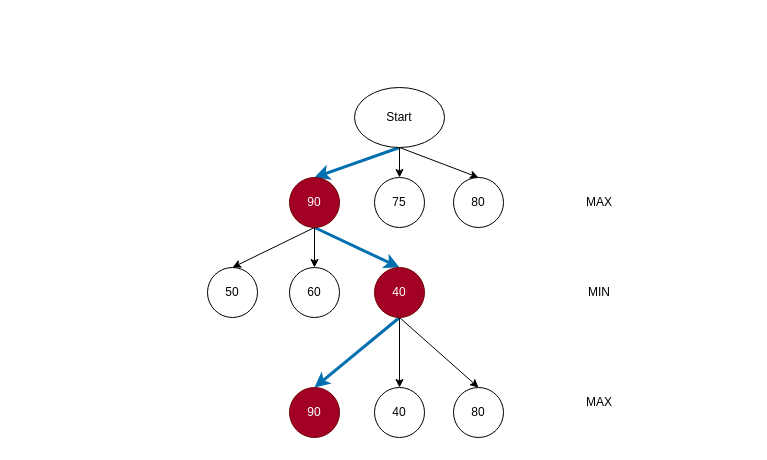
The draw.io diagram gomoku/docs/minmax.drawio in AmoyZhp/monorepo, before the edit. Source tidied: cells renumbered, new cells numbered last; positions are measured from the earlier drawing's top-left corner, leaving out a move shared by most shapes. Both pictures are drawn from the tidied source at 100%, with x=0, y=0 at pixel (207, 87).
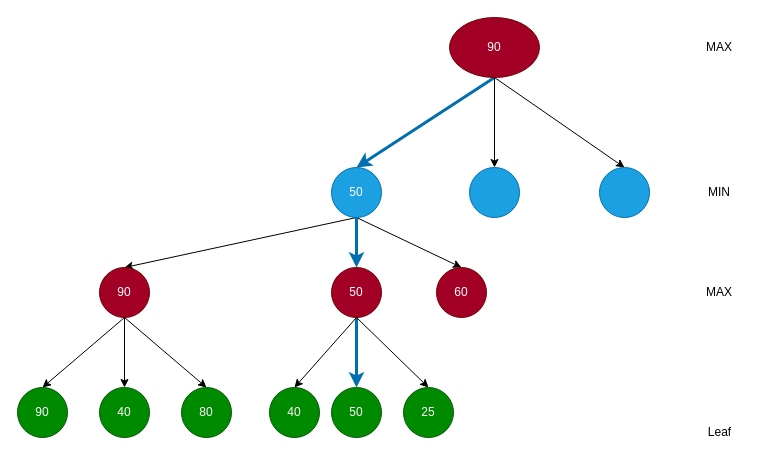
The same page after the edit.

Commit message:
docs: save minmax algorithm doc

The edit, as a diff of the source:
```diff
@@
-    <mxCell id="5" value="Start" style="ellipse;whiteSpace=wrap;html=1;" parent="1" vertex="1">
-      <mxGeometry x="147" width="90" height="60" as="geometry" />
+    <mxCell id="5" value="90" style="ellipse;whiteSpace=wrap;html=1;fillColor=#a20025;fontColor=#ffffff;strokeColor=#6F0000;" parent="1" vertex="1">
+      <mxGeometry x="242" y="-70" width="90" height="60" as="geometry" />
     </mxCell>
+    <mxCell id="8" style="edgeStyle=none;html=1;exitX=0.5;exitY=1;exitDx=0;exitDy=0;entryX=0.5;entryY=0;entryDx=0;entryDy=0;" parent="1" edge="1" source="9" target="17">
+      <mxGeometry relative="1" as="geometry" />
+    </mxCell>
+    <mxCell id="24" style="edgeStyle=none;html=1;exitX=0.5;exitY=1;exitDx=0;exitDy=0;fillColor=#1ba1e2;strokeColor=#006EAF;strokeWidth=3;" parent="1" edge="1" source="9" target="29">
+      <mxGeometry relative="1" as="geometry" />
+    </mxCell>
-    <mxCell id="6" style="edgeStyle=none;html=1;exitX=0.5;exitY=1;exitDx=0;exitDy=0;entryX=0.5;entryY=0;entryDx=0;entryDy=0;fillColor=#1ba1e2;strokeColor=#006EAF;strokeWidth=3;" parent="1" edge="1" source="9" target="16">
+    <mxCell id="6" style="edgeStyle=none;rounded=0;html=1;exitX=0.5;exitY=1;exitDx=0;exitDy=0;entryX=0.5;entryY=0;entryDx=0;entryDy=0;strokeColor=default;" parent="1" edge="1" source="9" target="16">
       <mxGeometry relative="1" as="geometry" />
     </mxCell>
-    <mxCell id="7" style="edgeStyle=none;html=1;entryX=0.5;entryY=0;entryDx=0;entryDy=0;" parent="1" edge="1" target="12">
-      <mxGeometry relative="1" as="geometry">
-        <mxPoint x="107" y="140" as="sourcePoint" />
-      </mxGeometry>
-    </mxCell>
-    <mxCell id="8" style="edgeStyle=none;html=1;exitX=0.5;exitY=1;exitDx=0;exitDy=0;entryX=0.5;entryY=0;entryDx=0;entryDy=0;" parent="1" edge="1" source="9" target="17">
-      <mxGeometry relative="1" as="geometry" />
-    </mxCell>
-    <mxCell id="9" value="90" style="ellipse;whiteSpace=wrap;html=1;fillColor=#a20025;fontColor=#ffffff;strokeColor=#6F0000;" parent="1" vertex="1">
-      <mxGeometry x="82" y="90" width="50" height="50" as="geometry" />
+    <mxCell id="9" value="50" style="ellipse;whiteSpace=wrap;html=1;fillColor=#1ba1e2;fontColor=#ffffff;strokeColor=#006EAF;gradientColor=none;shadow=0;" parent="1" vertex="1">
+      <mxGeometry x="124" y="80" width="50" height="50" as="geometry" />
     </mxCell>
-    <mxCell id="10" value="75" style="ellipse;whiteSpace=wrap;html=1;" parent="1" vertex="1">
-      <mxGeometry x="167" y="90" width="50" height="50" as="geometry" />
+    <mxCell id="10" style="ellipse;whiteSpace=wrap;html=1;fillColor=#1ba1e2;fontColor=#ffffff;strokeColor=#006EAF;" parent="1" vertex="1">
+      <mxGeometry x="262" y="80" width="50" height="50" as="geometry" />
     </mxCell>
-    <mxCell id="11" value="80" style="ellipse;whiteSpace=wrap;html=1;" parent="1" vertex="1">
-      <mxGeometry x="246" y="90" width="50" height="50" as="geometry" />
+    <mxCell id="11" style="ellipse;whiteSpace=wrap;html=1;fillColor=#1ba1e2;fontColor=#ffffff;strokeColor=#006EAF;" parent="1" vertex="1">
+      <mxGeometry x="392" y="80" width="50" height="50" as="geometry" />
     </mxCell>
-    <mxCell id="12" value="50" style="ellipse;whiteSpace=wrap;html=1;" parent="1" vertex="1">
-      <mxGeometry y="180" width="50" height="50" as="geometry" />
-    </mxCell>
-    <mxCell id="13" style="edgeStyle=none;html=1;exitX=0.5;exitY=1;exitDx=0;exitDy=0;entryX=0.5;entryY=0;entryDx=0;entryDy=0;strokeWidth=3;fillColor=#1ba1e2;strokeColor=#006EAF;" parent="1" edge="1" source="16" target="18">
-      <mxGeometry relative="1" as="geometry" />
-    </mxCell>
@@
+    <mxCell id="13" style="edgeStyle=none;rounded=0;html=1;exitX=0.5;exitY=1;exitDx=0;exitDy=0;entryX=0.5;entryY=0;entryDx=0;entryDy=0;strokeColor=default;" parent="1" edge="1" source="16" target="18">
+      <mxGeometry relative="1" as="geometry" />
+    </mxCell>
-    <mxCell id="16" value="40" style="ellipse;whiteSpace=wrap;html=1;fillColor=#a20025;fontColor=#ffffff;strokeColor=#6F0000;" parent="1" vertex="1">
-      <mxGeometry x="167" y="180" width="50" height="50" as="geometry" />
+    <mxCell id="16" value="90" style="ellipse;whiteSpace=wrap;html=1;fillColor=#a20025;fontColor=#ffffff;strokeColor=#6F0000;" parent="1" vertex="1">
+      <mxGeometry x="-108" y="180" width="50" height="50" as="geometry" />
     </mxCell>
-    <mxCell id="17" value="60" style="ellipse;whiteSpace=wrap;html=1;" parent="1" vertex="1">
-      <mxGeometry x="82" y="180" width="50" height="50" as="geometry" />
+    <mxCell id="17" value="60" style="ellipse;whiteSpace=wrap;html=1;fillColor=#a20025;fontColor=#ffffff;strokeColor=#6F0000;" parent="1" vertex="1">
+      <mxGeometry x="229" y="180" width="50" height="50" as="geometry" />
     </mxCell>
-    <mxCell id="18" value="90" style="ellipse;whiteSpace=wrap;html=1;fillColor=#a20025;fontColor=#ffffff;strokeColor=#6F0000;" parent="1" vertex="1">
-      <mxGeometry x="82" y="300" width="50" height="50" as="geometry" />
+    <mxCell id="18" value="90" style="ellipse;whiteSpace=wrap;html=1;fillColor=#008a00;fontColor=#ffffff;strokeColor=#005700;" parent="1" vertex="1">
+      <mxGeometry x="-190" y="300" width="50" height="50" as="geometry" />
     </mxCell>
-    <mxCell id="19" value="40" style="ellipse;whiteSpace=wrap;html=1;" parent="1" vertex="1">
-      <mxGeometry x="167" y="300" width="50" height="50" as="geometry" />
+    <mxCell id="19" value="40" style="ellipse;whiteSpace=wrap;html=1;fillColor=#008a00;fontColor=#ffffff;strokeColor=#005700;" parent="1" vertex="1">
+      <mxGeometry x="-108" y="300" width="50" height="50" as="geometry" />
     </mxCell>
-    <mxCell id="20" value="80" style="ellipse;whiteSpace=wrap;html=1;" parent="1" vertex="1">
-      <mxGeometry x="246" y="300" width="50" height="50" as="geometry" />
+    <mxCell id="20" value="80" style="ellipse;whiteSpace=wrap;html=1;fillColor=#008a00;fontColor=#ffffff;strokeColor=#005700;" parent="1" vertex="1">
+      <mxGeometry x="-26" y="300" width="50" height="50" as="geometry" />
     </mxCell>
     <mxCell id="21" value="MAX" style="text;html=1;strokeColor=none;fillColor=none;align=center;verticalAlign=middle;whiteSpace=wrap;rounded=0;" parent="1" vertex="1">
-      <mxGeometry x="362" y="100" width="60" height="30" as="geometry" />
+      <mxGeometry x="482" y="-55" width="60" height="30" as="geometry" />
     </mxCell>
     <mxCell id="22" value="MIN" style="text;html=1;strokeColor=none;fillColor=none;align=center;verticalAlign=middle;whiteSpace=wrap;rounded=0;" parent="1" vertex="1">
-      <mxGeometry x="362" y="190" width="60" height="30" as="geometry" />
+      <mxGeometry x="482" y="90" width="60" height="30" as="geometry" />
     </mxCell>
     <mxCell id="23" value="MAX" style="text;html=1;strokeColor=none;fillColor=none;align=center;verticalAlign=middle;whiteSpace=wrap;rounded=0;" parent="1" vertex="1">
-      <mxGeometry x="362" y="300" width="60" height="30" as="geometry" />
+      <mxGeometry x="482" y="190" width="60" height="30" as="geometry" />
     </mxCell>
+    <mxCell id="25" value="Leaf" style="text;html=1;align=center;verticalAlign=middle;strokeColor=none;fillColor=none;" parent="1" vertex="1">
+      <mxGeometry x="492" y="335" width="40" height="20" as="geometry" />
+    </mxCell>
+    <mxCell id="26" style="edgeStyle=none;html=1;exitX=0.5;exitY=1;exitDx=0;exitDy=0;entryX=0.5;entryY=0;entryDx=0;entryDy=0;strokeWidth=3;fillColor=#1ba1e2;strokeColor=#006EAF;" parent="1" edge="1" source="29" target="30">
+      <mxGeometry relative="1" as="geometry" />
+    </mxCell>
+    <mxCell id="27" style="edgeStyle=none;html=1;exitX=0.5;exitY=1;exitDx=0;exitDy=0;entryX=0.5;entryY=0;entryDx=0;entryDy=0;" parent="1" edge="1" source="29" target="31">
+      <mxGeometry relative="1" as="geometry" />
+    </mxCell>
+    <mxCell id="28" style="edgeStyle=none;html=1;exitX=0.5;exitY=1;exitDx=0;exitDy=0;entryX=0.5;entryY=0;entryDx=0;entryDy=0;strokeWidth=1;" parent="1" edge="1" source="29" target="32">
+      <mxGeometry relative="1" as="geometry" />
+    </mxCell>
+    <mxCell id="29" value="50" style="ellipse;whiteSpace=wrap;html=1;fillColor=#a20025;fontColor=#ffffff;strokeColor=#6F0000;" parent="1" vertex="1">
+      <mxGeometry x="124" y="180" width="50" height="50" as="geometry" />
+    </mxCell>
+    <mxCell id="30" value="50" style="ellipse;whiteSpace=wrap;html=1;fillColor=#008a00;fontColor=#ffffff;strokeColor=#005700;" parent="1" vertex="1">
+      <mxGeometry x="124" y="300" width="50" height="50" as="geometry" />
+    </mxCell>
+    <mxCell id="31" value="40" style="ellipse;whiteSpace=wrap;html=1;fillColor=#008a00;fontColor=#ffffff;strokeColor=#005700;" parent="1" vertex="1">
+      <mxGeometry x="62" y="300" width="50" height="50" as="geometry" />
+    </mxCell>
+    <mxCell id="32" value="25" style="ellipse;whiteSpace=wrap;html=1;fillColor=#008a00;fontColor=#ffffff;strokeColor=#005700;" parent="1" vertex="1">
+      <mxGeometry x="196" y="300" width="50" height="50" as="geometry" />
+    </mxCell>
```
